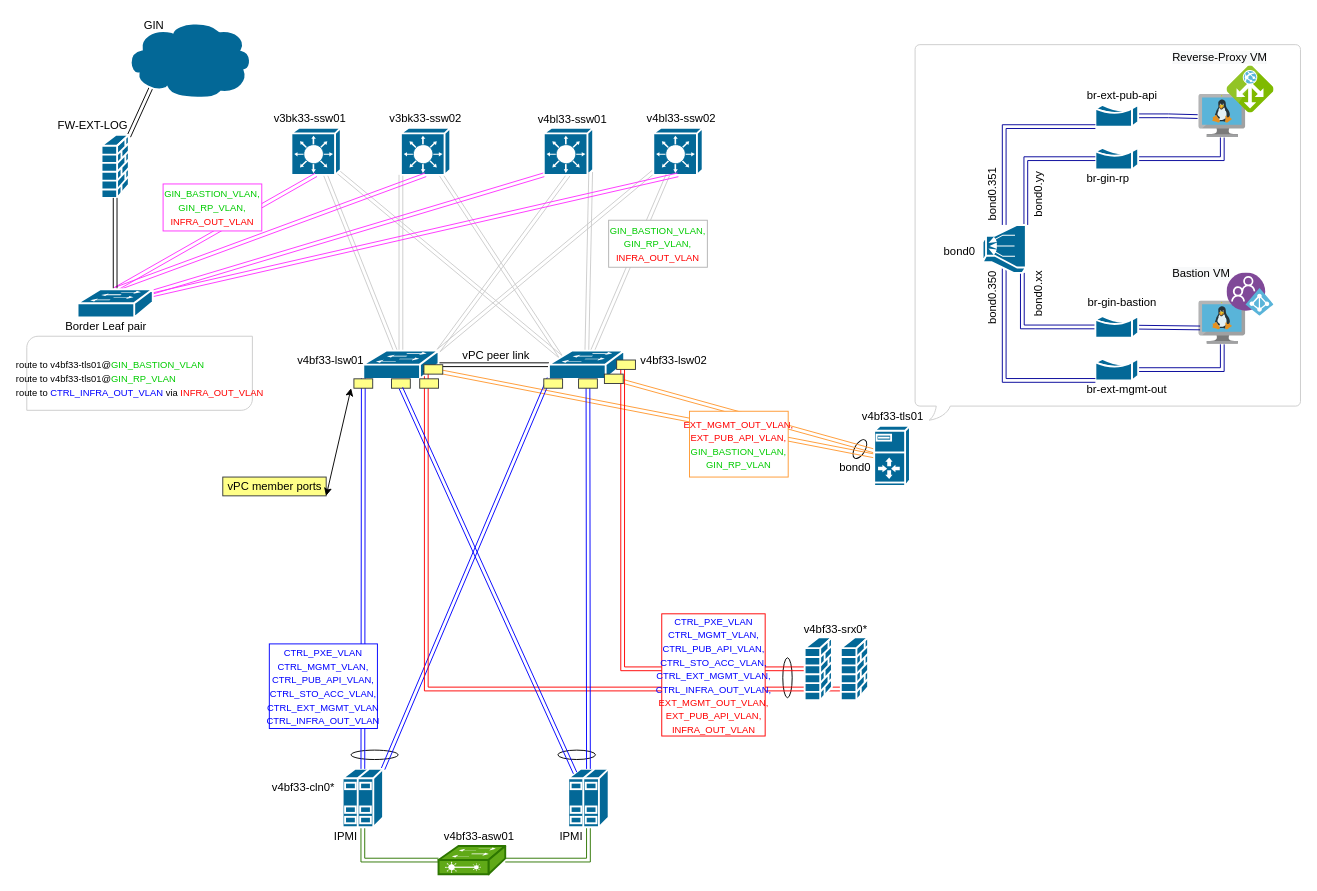
bogdanadrian-burciu/diagrams-net keeps this draw.io diagram as LLD_OPC_VdR_wToolServer(bastion+RP).drawio. Above is the earlier version. Source tidied: cells renumbered, new cells numbered last; positions are measured from the earlier drawing's top-left corner, leaving out a move shared by most shapes. Both pictures are drawn from the tidied source at 94%, with x=0, y=0 at pixel (22, 16).
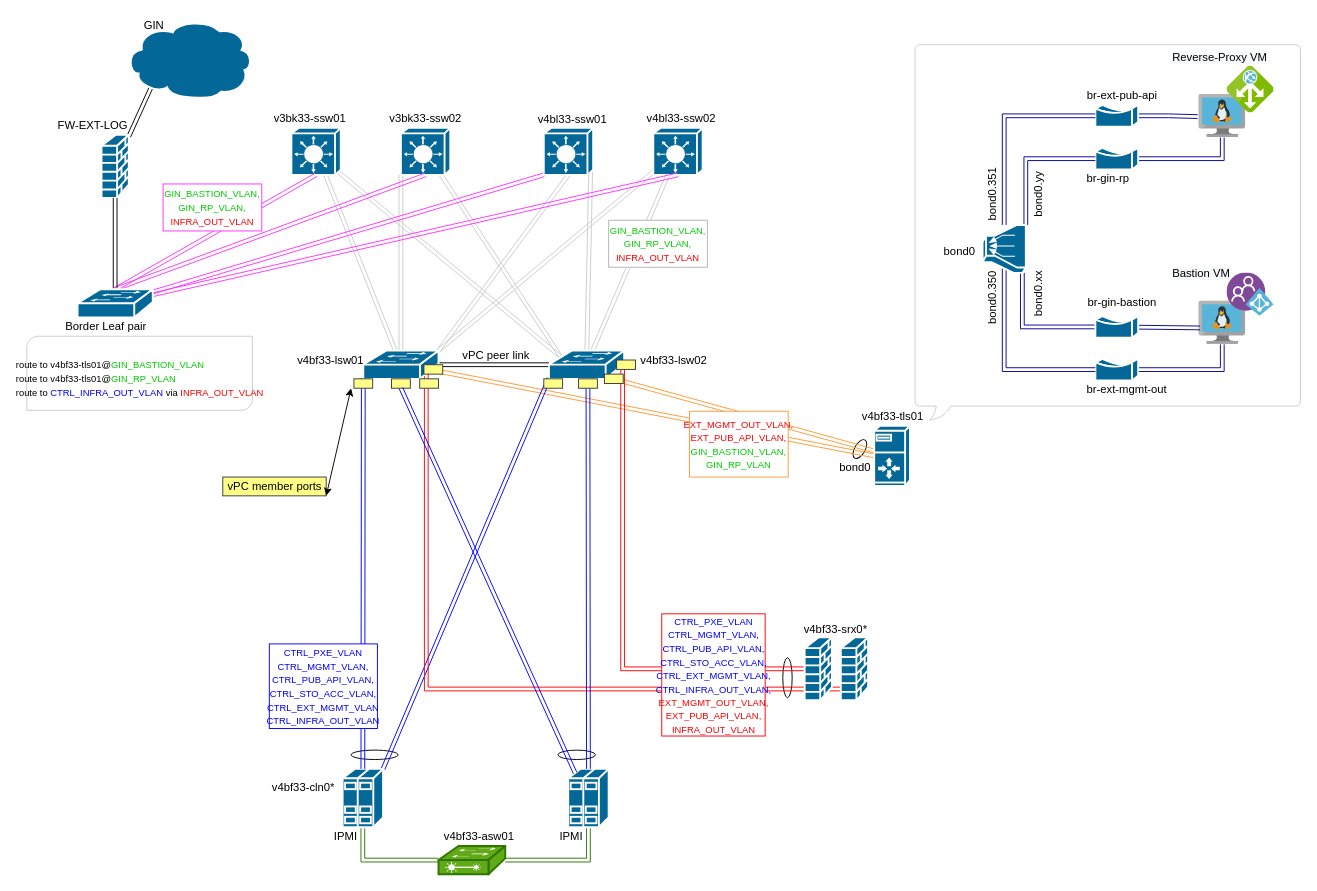
The same page after the edit.

The change refers to these unchanged cells:
```xml
<mxCell id="77" style="shape=mxgraph.cisco.misc.bridge;html=1;dashed=0;fillColor=#036897;strokeColor=#ffffff;strokeWidth=2;verticalLabelPosition=bottom;verticalAlign=top;align=center;outlineConnect=0;" parent="1" vertex="1">
  <mxGeometry x="1141.8" y="94.2" width="45.5" height="23" as="geometry" />
</mxCell>
<mxCell id="84" style="shape=mxgraph.cisco.misc.bridge;html=1;dashed=0;fillColor=#036897;strokeColor=#ffffff;strokeWidth=2;verticalLabelPosition=bottom;verticalAlign=top;align=center;outlineConnect=0;" parent="1" vertex="1">
  <mxGeometry x="1141.8" y="364.2" width="45.5" height="23" as="geometry" />
</mxCell>
<mxCell id="90" style="shape=mxgraph.cisco.misc.dslam;html=1;dashed=0;fillColor=#036897;strokeColor=#ffffff;strokeWidth=2;verticalLabelPosition=bottom;verticalAlign=top;align=center;outlineConnect=0;rotation=-180;" parent="1" vertex="1">
  <mxGeometry x="1021.8" y="221.8" width="46" height="51" as="geometry" />
</mxCell>
```

Diff of the diagram source:
```diff
@@
-    <mxCell id="87" style="edgeStyle=orthogonalEdgeStyle;shape=link;rounded=0;jettySize=auto;html=1;entryX=0;entryY=1;entryDx=0;entryDy=0;entryPerimeter=0;strokeColor=#000099;" parent="1" edge="1" source="90" target="77">
+    <mxCell id="87" style="edgeStyle=orthogonalEdgeStyle;shape=link;rounded=0;jettySize=auto;html=1;entryX=0;entryY=0.5;entryDx=0;entryDy=0;entryPerimeter=0;strokeColor=#000099;" parent="1" edge="1" source="90" target="77">
       <mxGeometry relative="1" as="geometry">
         <Array as="points">
-          <mxPoint x="1044.8" y="117" />
+          <mxPoint x="1045" y="106" />
         </Array>
       </mxGeometry>
     </mxCell>
@@
-    <mxCell id="89" style="edgeStyle=orthogonalEdgeStyle;shape=link;rounded=0;jettySize=auto;html=1;exitX=0.5;exitY=0.095;exitDx=0;exitDy=0;exitPerimeter=0;entryX=0;entryY=1;entryDx=0;entryDy=0;entryPerimeter=0;strokeColor=#000099;" parent="1" edge="1" source="90" target="84">
+    <mxCell id="89" style="edgeStyle=orthogonalEdgeStyle;shape=link;rounded=0;jettySize=auto;html=1;exitX=0.5;exitY=0.095;exitDx=0;exitDy=0;exitPerimeter=0;entryX=0;entryY=0.5;entryDx=0;entryDy=0;entryPerimeter=0;strokeColor=#000099;" parent="1" edge="1" source="90" target="84">
       <mxGeometry relative="1" as="geometry">
         <Array as="points">
-          <mxPoint x="1044.8" y="387" />
+          <mxPoint x="1045" y="376" />
         </Array>
       </mxGeometry>
     </mxCell>
```
